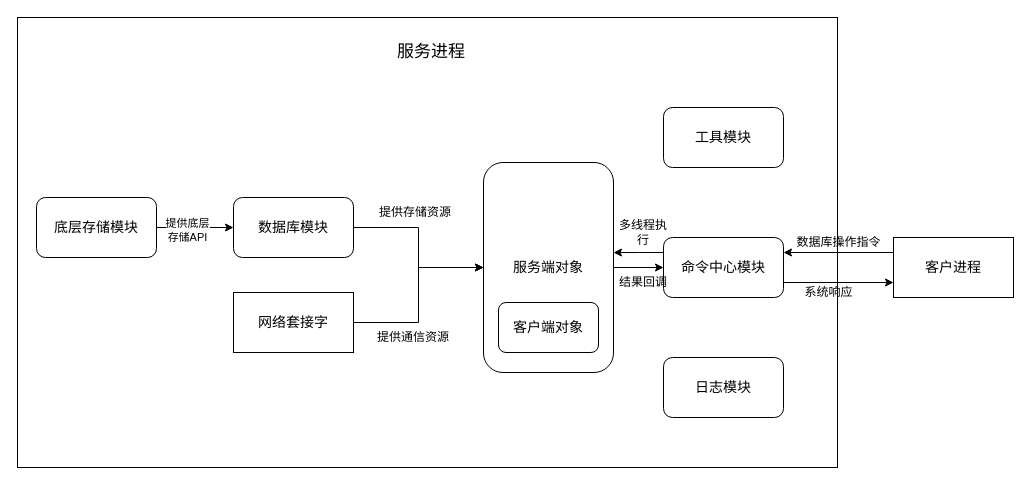
Earlier version of the draw.io diagram diagram-net/毕业设计架构图.drawio (Xuuuuuuuuuuuu/pic-repo). Source tidied: cells renumbered, new cells numbered last; positions are measured from the earlier drawing's top-left corner, leaving out a move shared by most shapes. Both pictures are drawn from the tidied source at 100%, with x=0, y=0 at pixel (17, 17).
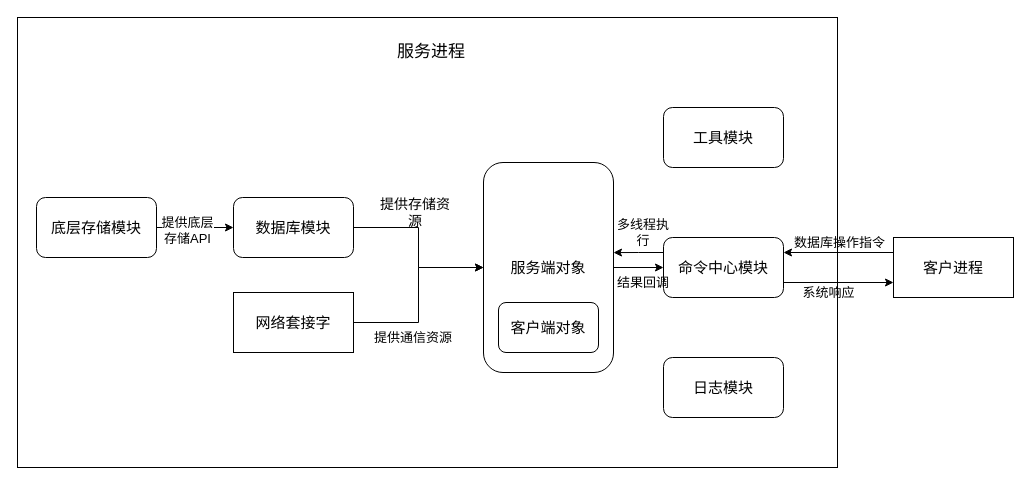
After the change.

Commit message:
更新毕业设计架构图.drawio

The change refers to these unchanged cells:
```xml
<mxCell id="3" style="edgeStyle=orthogonalEdgeStyle;rounded=0;jettySize=auto;html=1;exitX=1;exitY=0.5;exitDx=0;exitDy=0;entryX=0;entryY=0.5;entryDx=0;entryDy=0;" parent="1" edge="1" source="5" target="7">
  <mxGeometry relative="1" as="geometry" />
</mxCell>
```

What changed in the source:
```diff
@@
-    <mxCell id="4" value="提供底层&lt;br&gt;存储API" style="edgeLabel;html=1;align=center;verticalAlign=middle;" parent="3" vertex="1">
+    <mxCell id="4" value="提供底层&lt;br style=&quot;font-size: 13px;&quot;&gt;存储API" style="edgeLabel;html=1;align=center;verticalAlign=middle;fontSize=13;" parent="3" vertex="1">
       <mxGeometry x="-0.23" y="-2" relative="1" as="geometry" />
     </mxCell>
-    <mxCell id="5" value="底层存储模块" style="rounded=1;whiteSpace=wrap;html=1;fontSize=14;" parent="1" vertex="1">
+    <mxCell id="5" value="底层存储模块" style="rounded=1;whiteSpace=wrap;html=1;fontSize=15;" parent="1" vertex="1">
       <mxGeometry x="19" y="180" width="120" height="60" as="geometry" />
     </mxCell>
@@
-    <mxCell id="7" value="数据库模块" style="rounded=1;whiteSpace=wrap;html=1;fontSize=14;" parent="1" vertex="1">
+    <mxCell id="7" value="数据库模块" style="rounded=1;whiteSpace=wrap;html=1;fontSize=15;" parent="1" vertex="1">
       <mxGeometry x="216" y="180" width="120" height="60" as="geometry" />
     </mxCell>
-    <mxCell id="8" value="服务端对象" style="rounded=1;whiteSpace=wrap;html=1;fontSize=14;" parent="1" vertex="1">
+    <mxCell id="8" value="服务端对象" style="rounded=1;whiteSpace=wrap;html=1;fontSize=15;" parent="1" vertex="1">
       <mxGeometry x="466" y="145" width="130" height="210" as="geometry" />
     </mxCell>
-    <mxCell id="9" value="客户端对象" style="rounded=1;whiteSpace=wrap;html=1;fontSize=14;" parent="1" vertex="1">
+    <mxCell id="9" value="客户端对象" style="rounded=1;whiteSpace=wrap;html=1;fontSize=15;" parent="1" vertex="1">
       <mxGeometry x="481" y="285" width="100" height="50" as="geometry" />
     </mxCell>
@@
-    <mxCell id="11" value="网络套接字" style="rounded=0;whiteSpace=wrap;html=1;fontSize=14;" parent="1" vertex="1">
+    <mxCell id="11" value="网络套接字" style="rounded=0;whiteSpace=wrap;html=1;fontSize=15;" parent="1" vertex="1">
       <mxGeometry x="216" y="275" width="120" height="60" as="geometry" />
     </mxCell>
@@
-    <mxCell id="14" value="命令中心模块" style="rounded=1;whiteSpace=wrap;html=1;fontSize=14;" parent="1" vertex="1">
+    <mxCell id="14" value="命令中心模块" style="rounded=1;whiteSpace=wrap;html=1;fontSize=15;" parent="1" vertex="1">
       <mxGeometry x="646" y="220" width="120" height="60" as="geometry" />
     </mxCell>
@@
-    <mxCell id="16" value="客户进程" style="rounded=0;whiteSpace=wrap;html=1;fontSize=14;" parent="1" vertex="1">
+    <mxCell id="16" value="客户进程" style="rounded=0;whiteSpace=wrap;html=1;fontSize=15;" parent="1" vertex="1">
       <mxGeometry x="876" y="220" width="120" height="60" as="geometry" />
     </mxCell>
-    <mxCell id="17" value="数据库操作指令" style="text;html=1;align=center;verticalAlign=middle;strokeColor=none;fillColor=none;" parent="1" vertex="1">
-      <mxGeometry x="766" y="210" width="110" height="30" as="geometry" />
+    <mxCell id="17" value="数据库操作指令" style="text;html=1;align=center;verticalAlign=middle;strokeColor=none;fillColor=none;fontSize=13;" parent="1" vertex="1">
+      <mxGeometry x="767" y="211" width="109" height="28" as="geometry" />
     </mxCell>
-    <mxCell id="18" value="系统响应" style="text;html=1;align=center;verticalAlign=middle;strokeColor=none;fillColor=none;" parent="1" vertex="1">
-      <mxGeometry x="776" y="260" width="70" height="30" as="geometry" />
+    <mxCell id="18" value="系统响应" style="text;html=1;align=center;verticalAlign=middle;strokeColor=none;fillColor=none;fontSize=13;" parent="1" vertex="1">
+      <mxGeometry x="776" y="261" width="70" height="28" as="geometry" />
     </mxCell>
-    <mxCell id="19" value="工具模块" style="rounded=1;whiteSpace=wrap;html=1;fontSize=14;" parent="1" vertex="1">
+    <mxCell id="19" value="工具模块" style="rounded=1;whiteSpace=wrap;html=1;fontSize=15;" parent="1" vertex="1">
       <mxGeometry x="646" y="90" width="120" height="60" as="geometry" />
     </mxCell>
-    <mxCell id="20" value="日志模块" style="rounded=1;whiteSpace=wrap;html=1;fontSize=14;" parent="1" vertex="1">
+    <mxCell id="20" value="日志模块" style="rounded=1;whiteSpace=wrap;html=1;fontSize=15;" parent="1" vertex="1">
       <mxGeometry x="646" y="340" width="120" height="60" as="geometry" />
     </mxCell>
-    <mxCell id="21" value="提供存储资源" style="text;html=1;strokeColor=none;fillColor=none;align=center;verticalAlign=middle;whiteSpace=wrap;rounded=0;" parent="1" vertex="1">
+    <mxCell id="21" value="提供存储资源" style="text;html=1;strokeColor=none;fillColor=none;align=center;verticalAlign=middle;whiteSpace=wrap;rounded=0;fontSize=14;" parent="1" vertex="1">
       <mxGeometry x="360" y="180" width="76" height="30" as="geometry" />
     </mxCell>
-    <mxCell id="22" value="提供通信资源" style="text;html=1;strokeColor=none;fillColor=none;align=center;verticalAlign=middle;whiteSpace=wrap;rounded=0;" parent="1" vertex="1">
+    <mxCell id="22" value="提供通信资源" style="text;html=1;strokeColor=none;fillColor=none;align=center;verticalAlign=middle;whiteSpace=wrap;rounded=0;fontSize=13;" parent="1" vertex="1">
       <mxGeometry x="356" y="305" width="80" height="30" as="geometry" />
     </mxCell>
-    <mxCell id="23" value="多线程执行" style="text;html=1;strokeColor=none;fillColor=none;align=center;verticalAlign=middle;whiteSpace=wrap;rounded=0;" parent="1" vertex="1">
+    <mxCell id="23" value="多线程执行" style="text;html=1;strokeColor=none;fillColor=none;align=center;verticalAlign=middle;whiteSpace=wrap;rounded=0;fontSize=13;" parent="1" vertex="1">
       <mxGeometry x="596" y="200" width="60" height="30" as="geometry" />
     </mxCell>
@@
-    <mxCell id="25" value="结果回调" style="text;html=1;strokeColor=none;fillColor=none;align=center;verticalAlign=middle;whiteSpace=wrap;rounded=0;" parent="1" vertex="1">
+    <mxCell id="25" value="结果回调" style="text;html=1;strokeColor=none;fillColor=none;align=center;verticalAlign=middle;whiteSpace=wrap;rounded=0;fontSize=13;" parent="1" vertex="1">
       <mxGeometry x="596" y="250" width="60" height="30" as="geometry" />
     </mxCell>
```
